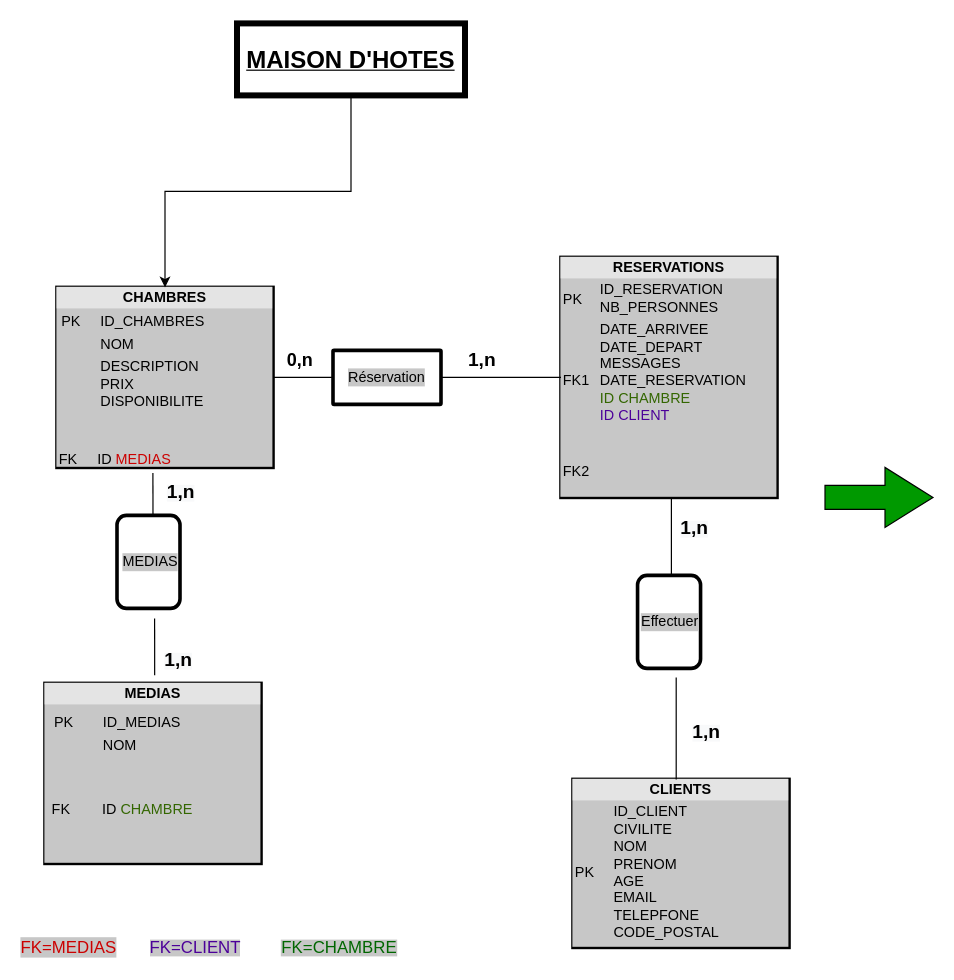
awatunis/test keeps this draw.io diagram as page "Modèle relationnel" (1 of 9) of Untitled Diagram.drawio. Above is the earlier version. Source tidied: cells renumbered, new cells numbered last; positions are measured from the earlier drawing's top-left corner, leaving out a move shared by most shapes. Both pictures are drawn from the tidied source at 120%, with x=0, y=0 at pixel (44, 23).
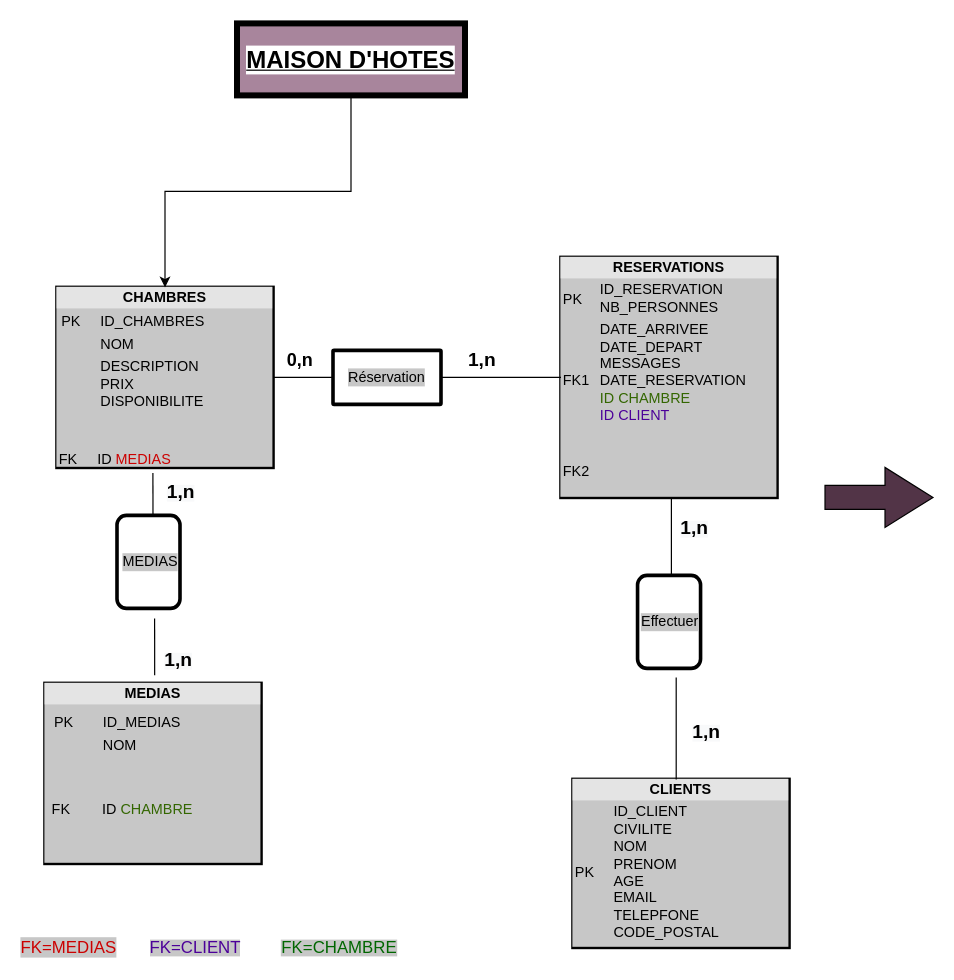
Above is the later version.

The edit, as a diff of the source:
```diff
@@
-    <mxCell id="24" value="&lt;b&gt;&lt;u&gt;&lt;font style=&quot;font-size: 20px&quot;&gt;MAISON D'HOTES&lt;/font&gt;&lt;/u&gt;&lt;/b&gt;" style="rounded=0;whiteSpace=wrap;html=1;strokeWidth=5;" parent="1" vertex="1">
+    <mxCell id="24" value="&lt;b&gt;&lt;u&gt;&lt;font style=&quot;font-size: 20px;&quot;&gt;MAISON D'HOTES&lt;/font&gt;&lt;/u&gt;&lt;/b&gt;" style="rounded=0;whiteSpace=wrap;html=1;strokeWidth=5;labelBackgroundColor=#ffffff;fillColor=#A8859C;" parent="1" vertex="1">
       <mxGeometry x="160" width="190" height="60" as="geometry" />
     </mxCell>
@@
-    <mxCell id="26" style="html=1;shadow=0;dashed=0;align=center;verticalAlign=middle;shape=mxgraph.arrows2.arrow;dy=0.6;dx=40;notch=0;fillColor=#009900;" parent="1" vertex="1">
+    <mxCell id="26" style="html=1;shadow=0;dashed=0;align=center;verticalAlign=middle;shape=mxgraph.arrows2.arrow;dy=0.6;dx=40;notch=0;fillColor=#523447;" parent="1" vertex="1">
       <mxGeometry x="650" y="370" width="90" height="50" as="geometry" />
     </mxCell>
```
